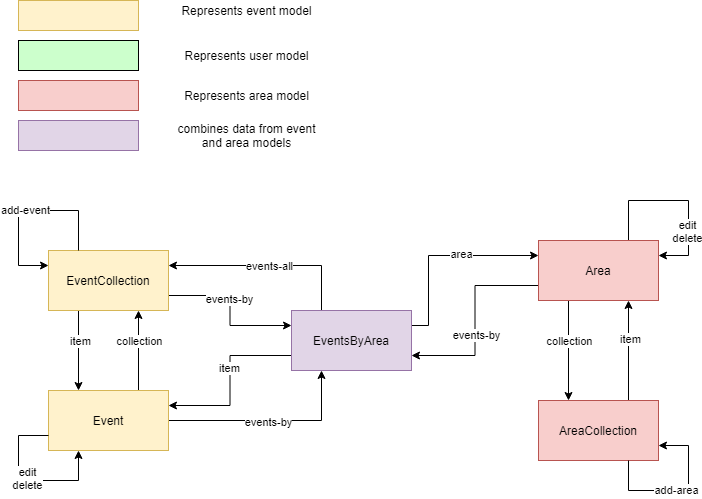
Earlier version of the draw.io export Statediagram_no_user.png (mitjakarki/pwp-project). Source tidied: cells renumbered, new cells last; positions are measured from the earlier drawing's top-left corner, leaving out a move shared by most shapes.
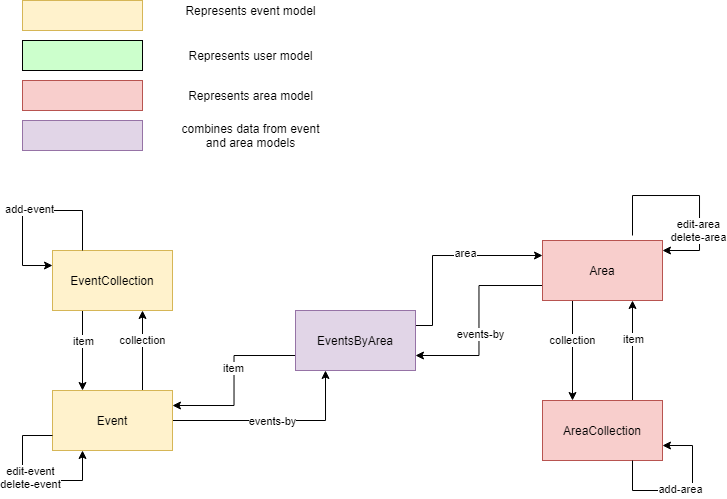
After the change.

Diff of the diagram source:
```diff
@@ -8,29 +8,23 @@
     <mxCell id="3" value="item" style="edgeLabel;html=1;align=center;verticalAlign=middle;" parent="2" vertex="1">
       <mxGeometry x="-0.25" y="1" relative="1" as="geometry" />
     </mxCell>
-    <mxCell id="4" style="edgeStyle=orthogonalEdgeStyle;rounded=0;jettySize=auto;html=1;exitX=1;exitY=0.75;exitDx=0;exitDy=0;entryX=0;entryY=0.25;entryDx=0;entryDy=0;" parent="1" edge="1" source="6" target="20">
-      <mxGeometry relative="1" as="geometry" />
-    </mxCell>
-    <mxCell id="5" value="events-by" style="edgeLabel;html=1;align=center;verticalAlign=middle;" parent="4" vertex="1">
-      <mxGeometry x="-0.16" y="-1" relative="1" as="geometry">
-        <mxPoint y="1" as="offset" />
-      </mxGeometry>
-    </mxCell>
     <mxCell id="6" value="EventCollection" style="rounded=0;whiteSpace=wrap;html=1;fillColor=#fff2cc;strokeColor=#d6b656;" parent="1" vertex="1">
       <mxGeometry x="30" y="250" width="120" height="60" as="geometry" />
     </mxCell>
-    <mxCell id="7" style="edgeStyle=orthogonalEdgeStyle;rounded=0;orthogonalLoop=1;jettySize=auto;html=1;exitX=0.75;exitY=0;exitDx=0;exitDy=0;entryX=1;entryY=0.25;entryDx=0;entryDy=0;" parent="1" edge="1" source="13" target="13">
+    <mxCell id="7" style="edgeStyle=orthogonalEdgeStyle;rounded=0;orthogonalLoop=1;jettySize=auto;html=1;exitX=0.75;exitY=0;exitDx=0;exitDy=0;entryX=1;entryY=0.25;entryDx=0;entryDy=0;" parent="1" edge="1">
       <mxGeometry relative="1" as="geometry">
+        <mxPoint x="610" y="235" as="sourcePoint" />
+        <mxPoint x="640" y="250" as="targetPoint" />
         <Array as="points">
-          <mxPoint x="610" y="200" />
-          <mxPoint x="670" y="200" />
-          <mxPoint x="670" y="255" />
+          <mxPoint x="610" y="195" />
+          <mxPoint x="677" y="195" />
+          <mxPoint x="677" y="250" />
         </Array>
       </mxGeometry>
     </mxCell>
-    <mxCell id="8" value="edit&lt;br&gt;delete" style="edgeLabel;html=1;align=center;verticalAlign=middle;" parent="7" vertex="1">
+    <mxCell id="8" value="edit-area&lt;br&gt;delete-area" style="edgeLabel;html=1;align=center;verticalAlign=middle;" parent="7" vertex="1">
       <mxGeometry x="0.54" y="-2" relative="1" as="geometry">
-        <mxPoint y="-12" as="offset" />
+        <mxPoint x="1" y="-11" as="offset" />
       </mxGeometry>
     </mxCell>
     <mxCell id="9" style="edgeStyle=orthogonalEdgeStyle;rounded=0;jettySize=auto;html=1;exitX=0.25;exitY=1;exitDx=0;exitDy=0;entryX=0.25;entryY=0;entryDx=0;entryDy=0;" parent="1" edge="1" source="13" target="25">
@@ -50,14 +44,6 @@
     <mxCell id="13" value="Area" style="rounded=0;whiteSpace=wrap;html=1;fillColor=#f8cecc;strokeColor=#b85450;" parent="1" vertex="1">
       <mxGeometry x="520" y="240" width="120" height="60" as="geometry" />
     </mxCell>
-    <mxCell id="14" style="edgeStyle=orthogonalEdgeStyle;rounded=0;jettySize=auto;html=1;exitX=0.25;exitY=0;exitDx=0;exitDy=0;entryX=1;entryY=0.25;entryDx=0;entryDy=0;" parent="1" edge="1" source="20" target="6">
-      <mxGeometry relative="1" as="geometry" />
-    </mxCell>
-    <mxCell id="15" value="events-all" style="edgeLabel;html=1;align=center;verticalAlign=middle;" parent="14" vertex="1">
-      <mxGeometry x="0.08" relative="1" as="geometry">
-        <mxPoint x="9.6" as="offset" />
-      </mxGeometry>
-    </mxCell>
     <mxCell id="16" style="edgeStyle=orthogonalEdgeStyle;rounded=0;jettySize=auto;html=1;exitX=0;exitY=0.75;exitDx=0;exitDy=0;entryX=1;entryY=0.25;entryDx=0;entryDy=0;" parent="1" edge="1" source="20" target="32">
       <mxGeometry relative="1" as="geometry" />
     </mxCell>
@@ -135,7 +121,7 @@
         </Array>
       </mxGeometry>
     </mxCell>
-    <mxCell id="34" value="edit&lt;br&gt;delete" style="edgeLabel;html=1;align=center;verticalAlign=middle;" parent="33" vertex="1">
+    <mxCell id="34" value="edit-event&lt;br&gt;delete-event" style="edgeLabel;html=1;align=center;verticalAlign=middle;" parent="33" vertex="1">
       <mxGeometry y="3" relative="1" as="geometry" />
     </mxCell>
     <mxCell id="35" style="rounded=0;whiteSpace=wrap;html=1;fillColor=#fff2cc;strokeColor=#d6b656;" parent="1" vertex="1">
```
